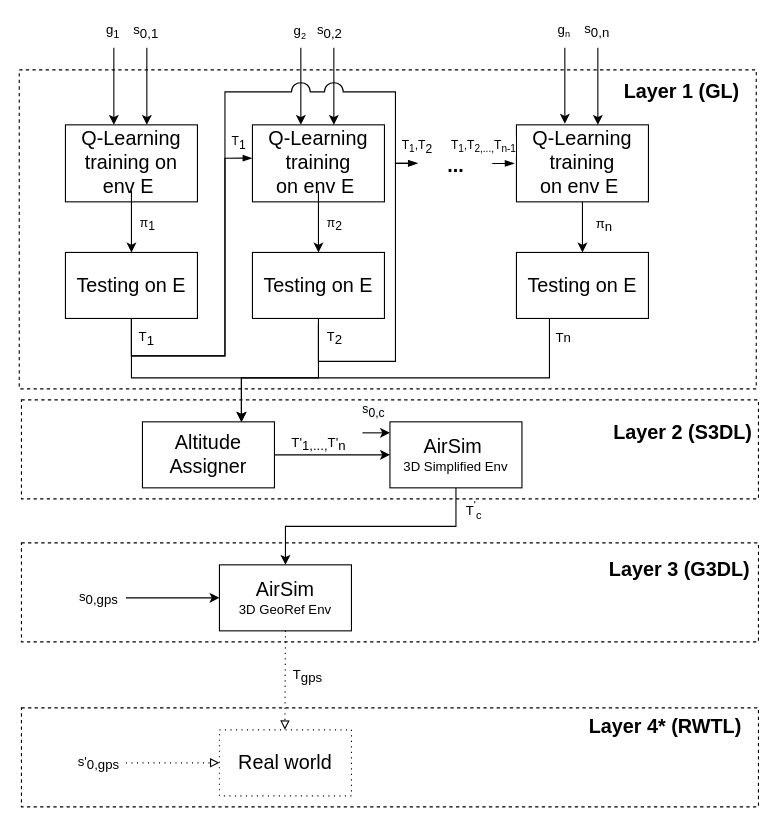
The draw.io diagram docs/schemas/Architecture.drawio in GiuppoUni/MALRL, before the edit. Source tidied: cells renumbered, new cells numbered last; positions are measured from the earlier drawing's top-left corner, leaving out a move shared by most shapes. Both pictures are drawn from the tidied source at 110%, with x=0, y=0 at pixel (19, 19).
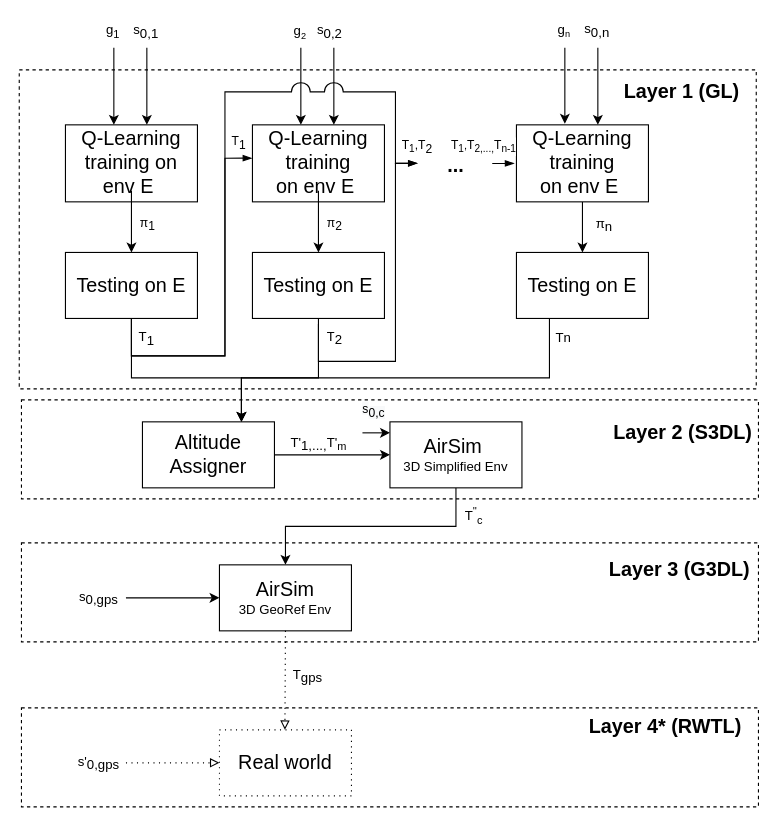
Above is the later version.

The change refers to these unchanged cells:
```xml
<mxCell id="23" style="edgeStyle=orthogonalEdgeStyle;rounded=0;jettySize=auto;html=1;exitX=0.5;exitY=1;exitDx=0;exitDy=0;entryX=0.5;entryY=0;entryDx=0;entryDy=0;startArrow=none;startFill=0;" parent="1" edge="1" source="51" target="37">
  <mxGeometry relative="1" as="geometry" />
</mxCell>
<mxCell id="26" value="&lt;span style=&quot;font-size: 18px&quot;&gt;Altitude Assigner&lt;/span&gt;" style="rounded=0;whiteSpace=wrap;html=1;" parent="1" vertex="1">
  <mxGeometry x="112" y="366" width="120" height="60" as="geometry" />
</mxCell>
<mxCell id="51" value="&lt;span style=&quot;font-size: 18px&quot;&gt;AirSim&amp;nbsp;&lt;br&gt;&lt;/span&gt;3D Simplified Env" style="rounded=0;whiteSpace=wrap;html=1;" parent="1" vertex="1">
  <mxGeometry x="337" y="366" width="120" height="60" as="geometry" />
</mxCell>
```

The edit, as a diff of the source:
```diff
@@
-    <mxCell id="24" value="T&lt;sup&gt;'&lt;/sup&gt;&lt;sub&gt;c&lt;/sub&gt;" style="edgeLabel;html=1;align=center;verticalAlign=middle;labelBackgroundColor=none;fontSize=12;" parent="23" vertex="1">
+    <mxCell id="24" value="T&lt;sup&gt;''&lt;/sup&gt;&lt;sub&gt;c&lt;/sub&gt;" style="edgeLabel;html=1;align=center;verticalAlign=middle;labelBackgroundColor=none;fontSize=12;" parent="23" vertex="1">
       <mxGeometry x="-0.26" y="5" relative="1" as="geometry">
-        <mxPoint x="63.4" y="-20" as="offset" />
+        <mxPoint x="63.4" y="-15" as="offset" />
       </mxGeometry>
     </mxCell>
-    <mxCell id="25" value="T'&lt;sub style=&quot;font-size: 12px;&quot;&gt;1,...,&lt;/sub&gt;T'&lt;sub style=&quot;font-size: 12px;&quot;&gt;n&lt;/sub&gt;" style="edgeStyle=orthogonalEdgeStyle;rounded=0;jumpStyle=arc;jumpSize=17;jettySize=auto;html=1;exitX=1;exitY=0.5;exitDx=0;exitDy=0;endArrow=classic;endFill=1;fontColor=#000000;entryX=0;entryY=0.5;entryDx=0;entryDy=0;fontSize=12;" parent="1" edge="1" source="26" target="51">
+    <mxCell id="25" value="T'&lt;sub style=&quot;font-size: 12px&quot;&gt;1,...,&lt;/sub&gt;T'&lt;sub&gt;m&lt;/sub&gt;" style="edgeStyle=orthogonalEdgeStyle;rounded=0;jumpStyle=arc;jumpSize=17;jettySize=auto;html=1;exitX=1;exitY=0.5;exitDx=0;exitDy=0;endArrow=classic;endFill=1;fontColor=#000000;entryX=0;entryY=0.5;entryDx=0;entryDy=0;fontSize=12;" parent="1" edge="1" source="26" target="51">
       <mxGeometry x="-0.24" y="10" relative="1" as="geometry" />
     </mxCell>
```
